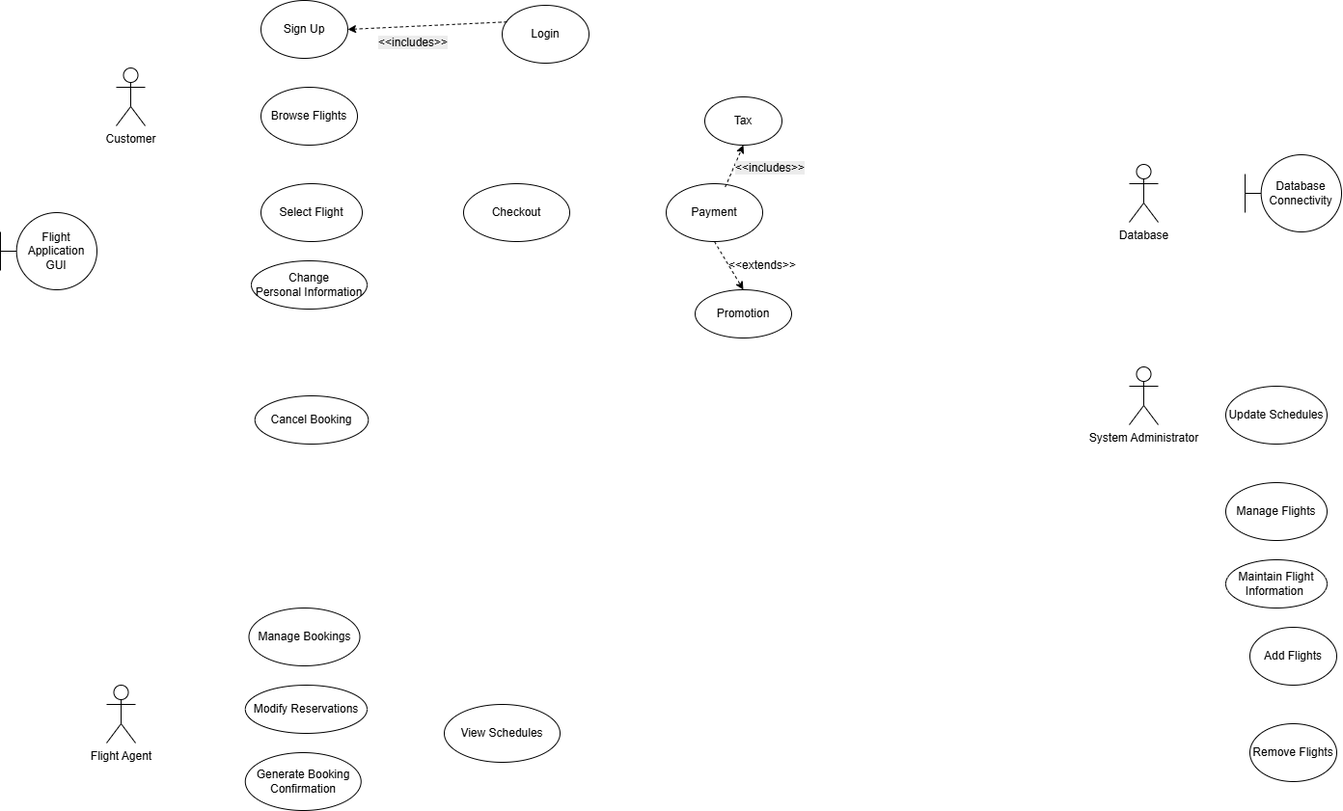
aditi-j25/Flight_Flow_Reservation_System keeps this draw.io diagram as SystemUseCaseDiagram.drawio.png. Above is the earlier version. Source tidied: cells renumbered, new cells last; positions are measured from the earlier drawing's top-left corner, leaving out a move shared by most shapes.
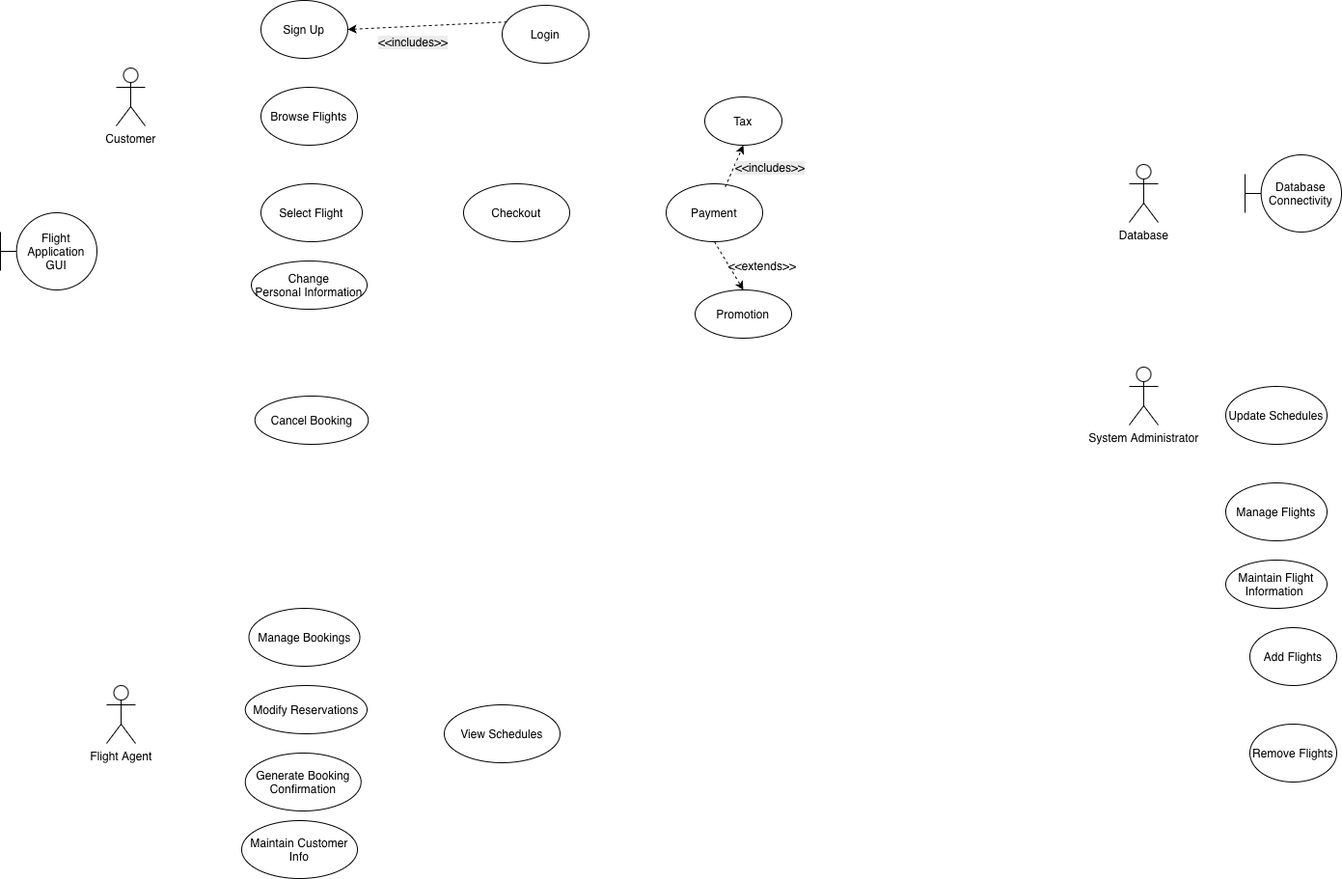
Above is the later version.

What changed in the source:
```diff
@@ -95,5 +95,8 @@
     <mxCell id="32" style="endArrow=classic;html=1;rounded=0;entryX=1;entryY=0.5;entryDx=0;entryDy=0;exitX=0.056;exitY=0.287;exitDx=0;exitDy=0;dashed=1;exitPerimeter=0;" parent="1" edge="1" source="4" target="9">
       <mxGeometry relative="1" as="geometry" />
     </mxCell>
+    <mxCell id="33" value="Maintain Customer Info" style="ellipse;whiteSpace=wrap;html=1;" parent="1" vertex="1">
+      <mxGeometry x="250" y="850" width="120" height="60" as="geometry" />
+    </mxCell>
   </root>
 </mxGraphModel>
```
